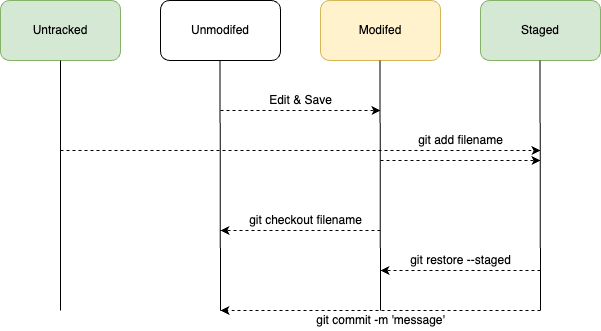
Above: Untitled Diagram.drawio.png in jungchanghae/KU_bootcamp (draw.io), before the change. Source tidied: cells renumbered, new cells last; positions are measured from the earlier drawing's top-left corner, leaving out a move shared by most shapes.
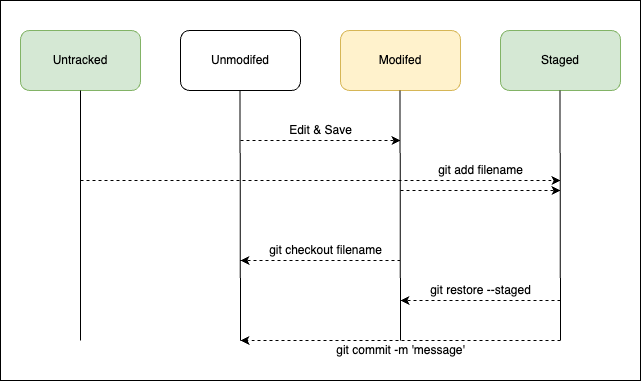
After the change.

What changed in the source:
```diff
@@ -2,6 +2,9 @@
   <root>
     <mxCell id="0" />
     <mxCell id="1" parent="0" />
+    <mxCell id="21" style="rounded=0;whiteSpace=wrap;html=1;sketch=0;glass=0;" parent="1" vertex="1">
+      <mxGeometry x="-20" y="-30" width="640" height="380" as="geometry" />
+    </mxCell>
     <mxCell id="2" value="Untracked" style="rounded=1;whiteSpace=wrap;html=1;fillColor=#d5e8d4;strokeColor=#82b366;" parent="1" vertex="1">
       <mxGeometry width="120" height="60" as="geometry" />
     </mxCell>
```
